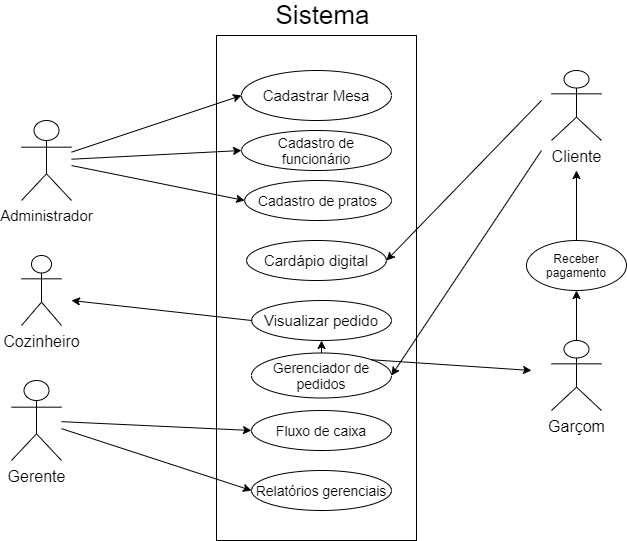
The draw.io diagram restaurante.drawio.png in hinname/project-Restaurant, before a commit. Source tidied: cells renumbered, new cells last; positions are measured from the earlier drawing's top-left corner, leaving out a move shared by most shapes.
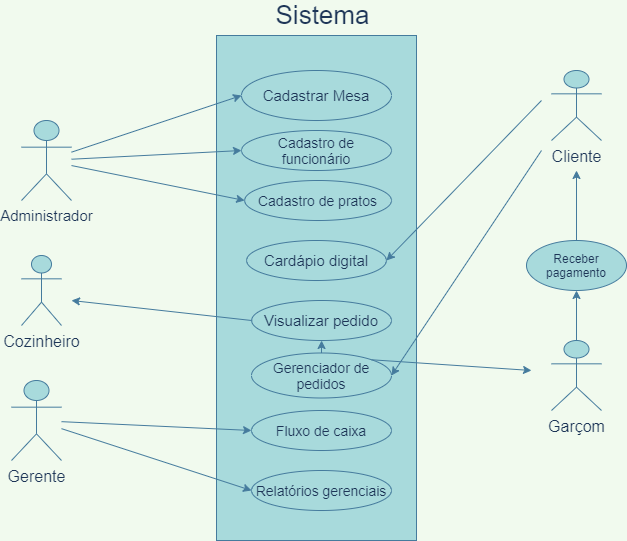
After the change.

What changed in the source:
```diff
@@ -1,99 +1,99 @@
-<mxGraphModel>
+<mxGraphModel background="#F1FAEE">
   <root>
     <mxCell id="0" />
     <mxCell id="1" parent="0" />
-    <mxCell id="2" value="&lt;font style=&quot;font-size: 15px&quot;&gt;Administrador&lt;/font&gt;" style="shape=umlActor;verticalLabelPosition=bottom;verticalAlign=top;html=1;outlineConnect=0;" parent="1" vertex="1">
+    <mxCell id="2" value="&lt;font style=&quot;font-size: 15px&quot;&gt;Administrador&lt;/font&gt;" style="shape=umlActor;verticalLabelPosition=bottom;verticalAlign=top;html=1;outlineConnect=0;fillColor=#A8DADC;strokeColor=#457B9D;fontColor=#1D3557;" parent="1" vertex="1">
       <mxGeometry x="10" y="120" width="50" height="80" as="geometry" />
     </mxCell>
-    <mxCell id="3" style="rounded=0;whiteSpace=wrap;html=1;" parent="1" vertex="1">
+    <mxCell id="3" style="rounded=0;whiteSpace=wrap;html=1;fillColor=#A8DADC;strokeColor=#457B9D;fontColor=#1D3557;" parent="1" vertex="1">
       <mxGeometry x="205" y="35" width="200" height="505" as="geometry" />
     </mxCell>
-    <mxCell id="4" value="&lt;font style=&quot;font-size: 15px&quot;&gt;Cadastrar Mesa&lt;/font&gt;" style="ellipse;whiteSpace=wrap;html=1;" parent="1" vertex="1">
+    <mxCell id="4" value="&lt;font style=&quot;font-size: 15px&quot;&gt;Cadastrar Mesa&lt;/font&gt;" style="ellipse;whiteSpace=wrap;html=1;fillColor=#A8DADC;strokeColor=#457B9D;fontColor=#1D3557;" parent="1" vertex="1">
       <mxGeometry x="230" y="70" width="150" height="50" as="geometry" />
     </mxCell>
-    <mxCell id="5" style="endArrow=classic;html=1;entryX=0;entryY=0.5;entryDx=0;entryDy=0;" parent="1" edge="1" source="2" target="4">
+    <mxCell id="5" style="endArrow=classic;html=1;entryX=0;entryY=0.5;entryDx=0;entryDy=0;strokeColor=#457B9D;fontColor=#1D3557;labelBackgroundColor=#F1FAEE;" parent="1" edge="1" source="2" target="4">
       <mxGeometry relative="1" as="geometry" />
     </mxCell>
-    <mxCell id="6" value="&lt;font style=&quot;font-size: 16px&quot;&gt;Cliente&lt;/font&gt;" style="shape=umlActor;verticalLabelPosition=bottom;verticalAlign=top;html=1;" parent="1" vertex="1">
+    <mxCell id="6" value="&lt;font style=&quot;font-size: 16px&quot;&gt;Cliente&lt;/font&gt;" style="shape=umlActor;verticalLabelPosition=bottom;verticalAlign=top;html=1;fillColor=#A8DADC;strokeColor=#457B9D;fontColor=#1D3557;" parent="1" vertex="1">
       <mxGeometry x="540" y="70" width="50" height="70" as="geometry" />
     </mxCell>
-    <mxCell id="7" value="&lt;font style=&quot;font-size: 16px&quot;&gt;Garçom&lt;/font&gt;" style="shape=umlActor;verticalLabelPosition=bottom;verticalAlign=top;html=1;outlineConnect=0;" parent="1" vertex="1">
+    <mxCell id="7" value="&lt;font style=&quot;font-size: 16px&quot;&gt;Garçom&lt;/font&gt;" style="shape=umlActor;verticalLabelPosition=bottom;verticalAlign=top;html=1;outlineConnect=0;fillColor=#A8DADC;strokeColor=#457B9D;fontColor=#1D3557;" parent="1" vertex="1">
       <mxGeometry x="540" y="340" width="50" height="70" as="geometry" />
     </mxCell>
-    <mxCell id="8" value="&lt;font style=&quot;font-size: 26px&quot;&gt;Sistema&lt;/font&gt;" style="text;html=1;strokeColor=none;fillColor=none;align=center;verticalAlign=middle;whiteSpace=wrap;rounded=0;strokeWidth=0;" parent="1" vertex="1">
+    <mxCell id="8" value="&lt;font style=&quot;font-size: 26px&quot;&gt;Sistema&lt;/font&gt;" style="text;html=1;strokeColor=none;fillColor=none;align=center;verticalAlign=middle;whiteSpace=wrap;rounded=0;strokeWidth=0;fontColor=#1D3557;" parent="1" vertex="1">
       <mxGeometry x="258.8" width="105" height="30" as="geometry" />
     </mxCell>
-    <mxCell id="9" value="&lt;font style=&quot;font-size: 14px&quot;&gt;Cadastro de funcionário&lt;/font&gt;" style="ellipse;whiteSpace=wrap;html=1;" parent="1" vertex="1">
+    <mxCell id="9" value="&lt;font style=&quot;font-size: 14px&quot;&gt;Cadastro de funcionário&lt;/font&gt;" style="ellipse;whiteSpace=wrap;html=1;fillColor=#A8DADC;strokeColor=#457B9D;fontColor=#1D3557;" parent="1" vertex="1">
       <mxGeometry x="230" y="130" width="150" height="40" as="geometry" />
     </mxCell>
-    <mxCell id="10" value="&lt;font style=&quot;font-size: 16px&quot;&gt;Gerente&lt;/font&gt;" style="shape=umlActor;verticalLabelPosition=bottom;verticalAlign=top;html=1;outlineConnect=0;" parent="1" vertex="1">
+    <mxCell id="10" value="&lt;font style=&quot;font-size: 16px&quot;&gt;Gerente&lt;/font&gt;" style="shape=umlActor;verticalLabelPosition=bottom;verticalAlign=top;html=1;outlineConnect=0;fillColor=#A8DADC;strokeColor=#457B9D;fontColor=#1D3557;" parent="1" vertex="1">
       <mxGeometry y="380" width="50" height="80" as="geometry" />
     </mxCell>
-    <mxCell id="11" style="endArrow=classic;html=1;entryX=0;entryY=0.5;entryDx=0;entryDy=0;" parent="1" edge="1" source="2" target="9">
+    <mxCell id="11" style="endArrow=classic;html=1;entryX=0;entryY=0.5;entryDx=0;entryDy=0;strokeColor=#457B9D;fontColor=#1D3557;labelBackgroundColor=#F1FAEE;" parent="1" edge="1" source="2" target="9">
       <mxGeometry relative="1" as="geometry" />
     </mxCell>
-    <mxCell id="12" value="&lt;font style=&quot;font-size: 14px&quot;&gt;Cadastro de pratos&lt;/font&gt;" style="ellipse;whiteSpace=wrap;html=1;" parent="1" vertex="1">
+    <mxCell id="12" value="&lt;font style=&quot;font-size: 14px&quot;&gt;Cadastro de pratos&lt;/font&gt;" style="ellipse;whiteSpace=wrap;html=1;fillColor=#A8DADC;strokeColor=#457B9D;fontColor=#1D3557;" parent="1" vertex="1">
       <mxGeometry x="233.1" y="180" width="146.9" height="40" as="geometry" />
     </mxCell>
-    <mxCell id="13" style="endArrow=classic;html=1;entryX=0;entryY=0.5;entryDx=0;entryDy=0;" parent="1" edge="1" source="2" target="12">
+    <mxCell id="13" style="endArrow=classic;html=1;entryX=0;entryY=0.5;entryDx=0;entryDy=0;strokeColor=#457B9D;fontColor=#1D3557;labelBackgroundColor=#F1FAEE;" parent="1" edge="1" source="2" target="12">
       <mxGeometry relative="1" as="geometry" />
     </mxCell>
-    <mxCell id="14" value="&lt;font style=&quot;font-size: 15px&quot;&gt;Cardápio digital&lt;/font&gt;" style="ellipse;whiteSpace=wrap;html=1;" parent="1" vertex="1">
+    <mxCell id="14" value="&lt;font style=&quot;font-size: 15px&quot;&gt;Cardápio digital&lt;/font&gt;" style="ellipse;whiteSpace=wrap;html=1;fillColor=#A8DADC;strokeColor=#457B9D;fontColor=#1D3557;" parent="1" vertex="1">
       <mxGeometry x="235.1" y="240" width="139.8" height="40" as="geometry" />
     </mxCell>
-    <mxCell id="15" style="endArrow=classic;html=1;entryX=1;entryY=0.5;entryDx=0;entryDy=0;" parent="1" edge="1" target="14">
+    <mxCell id="15" style="endArrow=classic;html=1;entryX=1;entryY=0.5;entryDx=0;entryDy=0;strokeColor=#457B9D;fontColor=#1D3557;labelBackgroundColor=#F1FAEE;" parent="1" edge="1" target="14">
       <mxGeometry relative="1" as="geometry">
         <mxPoint x="530" y="100" as="sourcePoint" />
       </mxGeometry>
     </mxCell>
-    <mxCell id="16" value="&lt;font style=&quot;font-size: 15px&quot;&gt;Visualizar pedido&lt;/font&gt;" style="ellipse;whiteSpace=wrap;html=1;" parent="1" vertex="1">
+    <mxCell id="16" value="&lt;font style=&quot;font-size: 15px&quot;&gt;Visualizar pedido&lt;/font&gt;" style="ellipse;whiteSpace=wrap;html=1;fillColor=#A8DADC;strokeColor=#457B9D;fontColor=#1D3557;" parent="1" vertex="1">
       <mxGeometry x="240.1" y="300" width="139.8" height="40" as="geometry" />
     </mxCell>
-    <mxCell id="17" value="&lt;font style=&quot;font-size: 16px&quot;&gt;Cozinheiro&lt;/font&gt;" style="shape=umlActor;verticalLabelPosition=bottom;verticalAlign=top;html=1;" parent="1" vertex="1">
+    <mxCell id="17" value="&lt;font style=&quot;font-size: 16px&quot;&gt;Cozinheiro&lt;/font&gt;" style="shape=umlActor;verticalLabelPosition=bottom;verticalAlign=top;html=1;fillColor=#A8DADC;strokeColor=#457B9D;fontColor=#1D3557;" parent="1" vertex="1">
       <mxGeometry x="10" y="255" width="40" height="70" as="geometry" />
     </mxCell>
-    <mxCell id="18" style="endArrow=classic;html=1;exitX=0;exitY=0.5;exitDx=0;exitDy=0;" parent="1" edge="1" source="16">
+    <mxCell id="18" style="endArrow=classic;html=1;exitX=0;exitY=0.5;exitDx=0;exitDy=0;strokeColor=#457B9D;fontColor=#1D3557;labelBackgroundColor=#F1FAEE;" parent="1" edge="1" source="16">
       <mxGeometry relative="1" as="geometry">
         <mxPoint x="60" y="300" as="targetPoint" />
       </mxGeometry>
     </mxCell>
-    <mxCell id="19" value="&lt;font style=&quot;font-size: 14px&quot;&gt;Gerenciador de pedidos&lt;/font&gt;" style="ellipse;whiteSpace=wrap;html=1;" parent="1" vertex="1">
+    <mxCell id="19" value="&lt;font style=&quot;font-size: 14px&quot;&gt;Gerenciador de pedidos&lt;/font&gt;" style="ellipse;whiteSpace=wrap;html=1;fillColor=#A8DADC;strokeColor=#457B9D;fontColor=#1D3557;" parent="1" vertex="1">
       <mxGeometry x="240" y="352.5" width="140" height="45" as="geometry" />
     </mxCell>
-    <mxCell id="20" style="endArrow=classic;html=1;entryX=1;entryY=0.5;entryDx=0;entryDy=0;" parent="1" edge="1" target="19">
+    <mxCell id="20" style="endArrow=classic;html=1;entryX=1;entryY=0.5;entryDx=0;entryDy=0;strokeColor=#457B9D;fontColor=#1D3557;labelBackgroundColor=#F1FAEE;" parent="1" edge="1" target="19">
       <mxGeometry relative="1" as="geometry">
         <mxPoint x="530" y="150" as="sourcePoint" />
       </mxGeometry>
     </mxCell>
-    <mxCell id="21" style="endArrow=classic;html=1;exitX=1;exitY=0;exitDx=0;exitDy=0;" parent="1" edge="1" source="19">
+    <mxCell id="21" style="endArrow=classic;html=1;exitX=1;exitY=0;exitDx=0;exitDy=0;strokeColor=#457B9D;fontColor=#1D3557;labelBackgroundColor=#F1FAEE;" parent="1" edge="1" source="19">
       <mxGeometry relative="1" as="geometry">
         <mxPoint x="520" y="370" as="targetPoint" />
       </mxGeometry>
     </mxCell>
-    <mxCell id="22" style="endArrow=classic;html=1;exitX=0.5;exitY=0;exitDx=0;exitDy=0;exitPerimeter=0;" parent="1" edge="1" source="7" target="23">
+    <mxCell id="22" style="endArrow=classic;html=1;exitX=0.5;exitY=0;exitDx=0;exitDy=0;exitPerimeter=0;strokeColor=#457B9D;fontColor=#1D3557;labelBackgroundColor=#F1FAEE;" parent="1" edge="1" source="7" target="23">
       <mxGeometry relative="1" as="geometry" />
     </mxCell>
-    <mxCell id="23" value="Receber pagamento" style="ellipse;whiteSpace=wrap;html=1;" parent="1" vertex="1">
+    <mxCell id="23" value="Receber pagamento" style="ellipse;whiteSpace=wrap;html=1;fillColor=#A8DADC;strokeColor=#457B9D;fontColor=#1D3557;" parent="1" vertex="1">
       <mxGeometry x="515" y="240" width="100" height="50" as="geometry" />
     </mxCell>
-    <mxCell id="24" style="endArrow=classic;html=1;exitX=0.5;exitY=0;exitDx=0;exitDy=0;" parent="1" edge="1" source="23">
+    <mxCell id="24" style="endArrow=classic;html=1;exitX=0.5;exitY=0;exitDx=0;exitDy=0;strokeColor=#457B9D;fontColor=#1D3557;labelBackgroundColor=#F1FAEE;" parent="1" edge="1" source="23">
       <mxGeometry relative="1" as="geometry">
         <mxPoint x="565" y="170" as="targetPoint" />
       </mxGeometry>
     </mxCell>
-    <mxCell id="25" value="&lt;font style=&quot;font-size: 14px&quot;&gt;Fluxo de caixa&lt;/font&gt;" style="ellipse;whiteSpace=wrap;html=1;" parent="1" vertex="1">
+    <mxCell id="25" value="&lt;font style=&quot;font-size: 14px&quot;&gt;Fluxo de caixa&lt;/font&gt;" style="ellipse;whiteSpace=wrap;html=1;fillColor=#A8DADC;strokeColor=#457B9D;fontColor=#1D3557;" parent="1" vertex="1">
       <mxGeometry x="240" y="410" width="140" height="40" as="geometry" />
     </mxCell>
-    <mxCell id="26" value="&lt;font style=&quot;font-size: 14px&quot;&gt;Relatórios gerenciais&lt;/font&gt;" style="ellipse;whiteSpace=wrap;html=1;" parent="1" vertex="1">
+    <mxCell id="26" value="&lt;font style=&quot;font-size: 14px&quot;&gt;Relatórios gerenciais&lt;/font&gt;" style="ellipse;whiteSpace=wrap;html=1;fillColor=#A8DADC;strokeColor=#457B9D;fontColor=#1D3557;" parent="1" vertex="1">
       <mxGeometry x="240" y="470" width="140" height="40" as="geometry" />
     </mxCell>
-    <mxCell id="27" style="endArrow=classic;html=1;entryX=0;entryY=0.5;entryDx=0;entryDy=0;" parent="1" edge="1" source="10" target="25">
+    <mxCell id="27" style="endArrow=classic;html=1;entryX=0;entryY=0.5;entryDx=0;entryDy=0;strokeColor=#457B9D;fontColor=#1D3557;labelBackgroundColor=#F1FAEE;" parent="1" edge="1" source="10" target="25">
       <mxGeometry relative="1" as="geometry" />
     </mxCell>
-    <mxCell id="28" style="endArrow=classic;html=1;entryX=0;entryY=0.5;entryDx=0;entryDy=0;" parent="1" edge="1" source="10" target="26">
+    <mxCell id="28" style="endArrow=classic;html=1;entryX=0;entryY=0.5;entryDx=0;entryDy=0;strokeColor=#457B9D;fontColor=#1D3557;labelBackgroundColor=#F1FAEE;" parent="1" edge="1" source="10" target="26">
       <mxGeometry relative="1" as="geometry" />
     </mxCell>
-    <mxCell id="29" style="endArrow=classic;html=1;entryX=0.5;entryY=1;entryDx=0;entryDy=0;exitX=0.5;exitY=0;exitDx=0;exitDy=0;" parent="1" edge="1" source="19" target="16">
+    <mxCell id="29" style="endArrow=classic;html=1;entryX=0.5;entryY=1;entryDx=0;entryDy=0;exitX=0.5;exitY=0;exitDx=0;exitDy=0;strokeColor=#457B9D;fontColor=#1D3557;labelBackgroundColor=#F1FAEE;" parent="1" edge="1" source="19" target="16">
       <mxGeometry relative="1" as="geometry" />
     </mxCell>
   </root>
```
